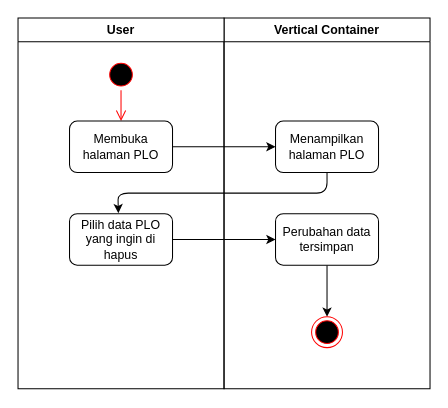
rismanrhz/idms keeps this draw.io diagram as DOKUMENTASI IDMS/PLO/hapusPLO.drawio. Above is the earlier version. Source tidied: cells renumbered, new cells numbered last; positions are measured from the earlier drawing's top-left corner, leaving out a move shared by most shapes. Both pictures are drawn from the tidied source at 103%, with x=0, y=0 at pixel (18, 18).
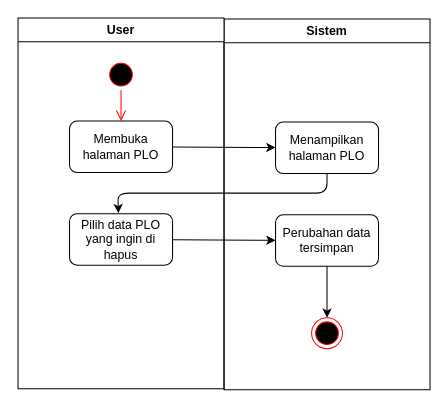
Above is the later version.

What changed in the source:
```diff
@@
 <mxGraphModel>
   <root>
     <mxCell id="0" />
     <mxCell id="1" parent="0" />
-    <mxCell id="2" value="Vertical Container" style="swimlane;whiteSpace=wrap;html=1;" parent="1" vertex="1">
-      <mxGeometry x="200" width="200" height="360" as="geometry" />
+    <mxCell id="2" value="Sistem" style="swimlane;whiteSpace=wrap;html=1;" parent="1" vertex="1">
+      <mxGeometry x="200" y="1" width="200" height="360" as="geometry" />
     </mxCell>
     <mxCell id="3" value="Menampilkan halaman PLO" style="rounded=1;whiteSpace=wrap;html=1;" parent="2" vertex="1">
       <mxGeometry x="50" y="100" width="100" height="50" as="geometry" />
     </mxCell>
     <mxCell id="4" style="edgeStyle=none;html=1;" parent="2" edge="1" source="5" target="6">
       <mxGeometry relative="1" as="geometry" />
     </mxCell>
     <mxCell id="5" value="Perubahan data tersimpan" style="rounded=1;whiteSpace=wrap;html=1;" parent="2" vertex="1">
       <mxGeometry x="50" y="190" width="100" height="50" as="geometry" />
     </mxCell>
     <mxCell id="6" style="ellipse;html=1;shape=endState;fillColor=#000000;strokeColor=#ff0000;" parent="2" vertex="1">
       <mxGeometry x="85" y="290" width="30" height="30" as="geometry" />
     </mxCell>
     <mxCell id="7" value="User" style="swimlane;whiteSpace=wrap;html=1;" parent="1" vertex="1">
       <mxGeometry width="200" height="360" as="geometry" />
     </mxCell>
     <mxCell id="8" style="ellipse;html=1;shape=startState;fillColor=#000000;strokeColor=#ff0000;" parent="7" vertex="1">
       <mxGeometry x="85" y="40" width="30" height="30" as="geometry" />
     </mxCell>
     <mxCell id="9" style="edgeStyle=orthogonalEdgeStyle;html=1;verticalAlign=bottom;endArrow=open;endSize=8;strokeColor=#ff0000;entryX=0.5;entryY=0;entryDx=0;entryDy=0;" parent="7" edge="1" source="8" target="10">
       <mxGeometry relative="1" as="geometry" />
     </mxCell>
     <mxCell id="10" value="Membuka halaman PLO" style="rounded=1;whiteSpace=wrap;html=1;" parent="7" vertex="1">
       <mxGeometry x="50" y="100" width="100" height="50" as="geometry" />
     </mxCell>
     <mxCell id="11" value="Pilih data PLO yang ingin di hapus" style="rounded=1;whiteSpace=wrap;html=1;" parent="7" vertex="1">
       <mxGeometry x="50" y="190" width="100" height="50" as="geometry" />
     </mxCell>
     <mxCell id="12" style="edgeStyle=none;html=1;" parent="1" edge="1" source="10" target="3">
       <mxGeometry relative="1" as="geometry" />
     </mxCell>
     <mxCell id="13" style="edgeStyle=none;html=1;entryX=0.474;entryY=-0.011;entryDx=0;entryDy=0;entryPerimeter=0;" parent="1" edge="1" source="3" target="11">
       <mxGeometry relative="1" as="geometry">
         <Array as="points">
           <mxPoint x="300" y="170" />
           <mxPoint x="97" y="170" />
         </Array>
       </mxGeometry>
     </mxCell>
     <mxCell id="14" style="edgeStyle=none;html=1;" parent="1" edge="1" source="11" target="5">
       <mxGeometry relative="1" as="geometry" />
     </mxCell>
   </root>
 </mxGraphModel>
```
